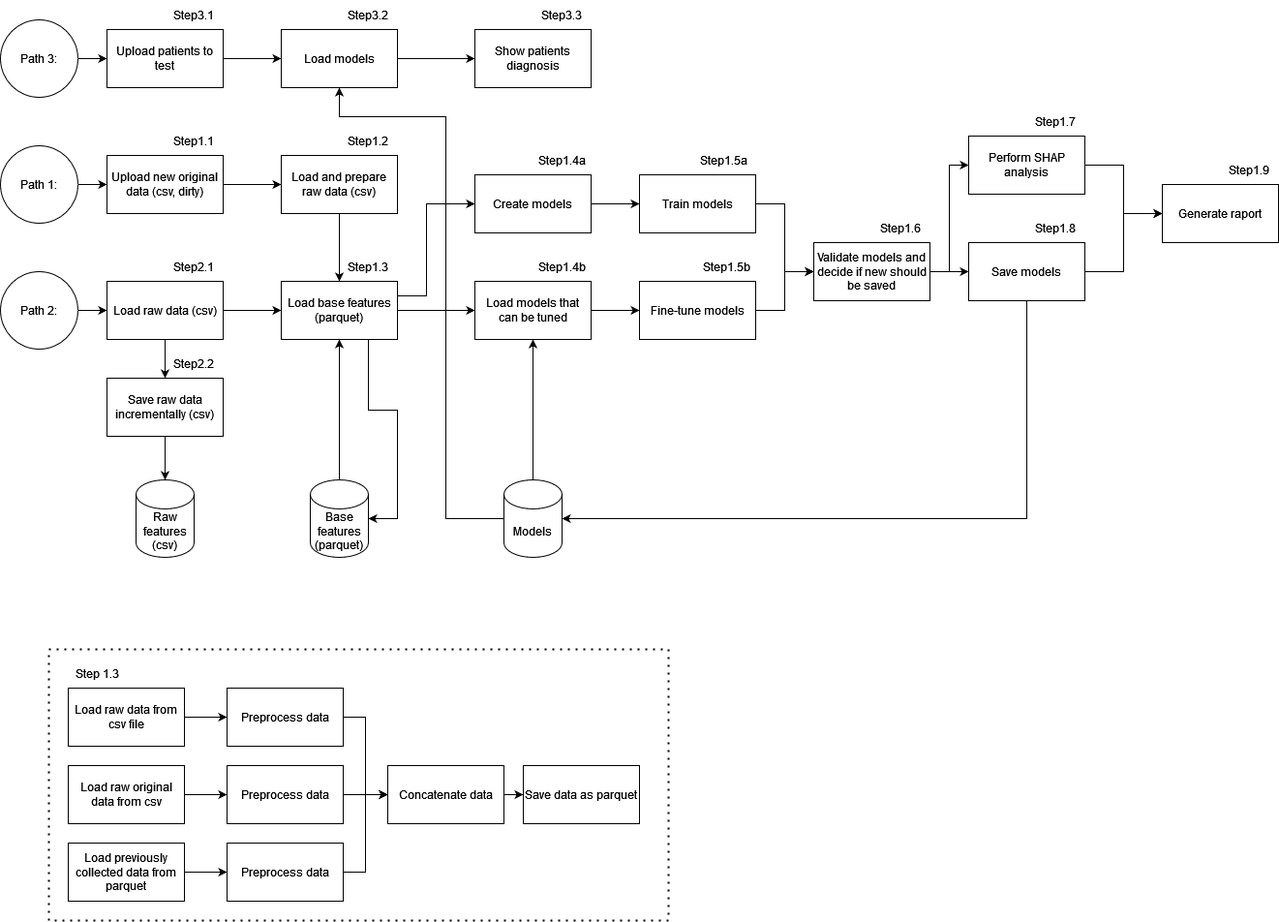
Above: references/NAFLD-system.png in jakubpludowski/nafld_system (draw.io), before the change. Source tidied: cells renumbered, new cells last; positions are measured from the earlier drawing's top-left corner, leaving out a move shared by most shapes.
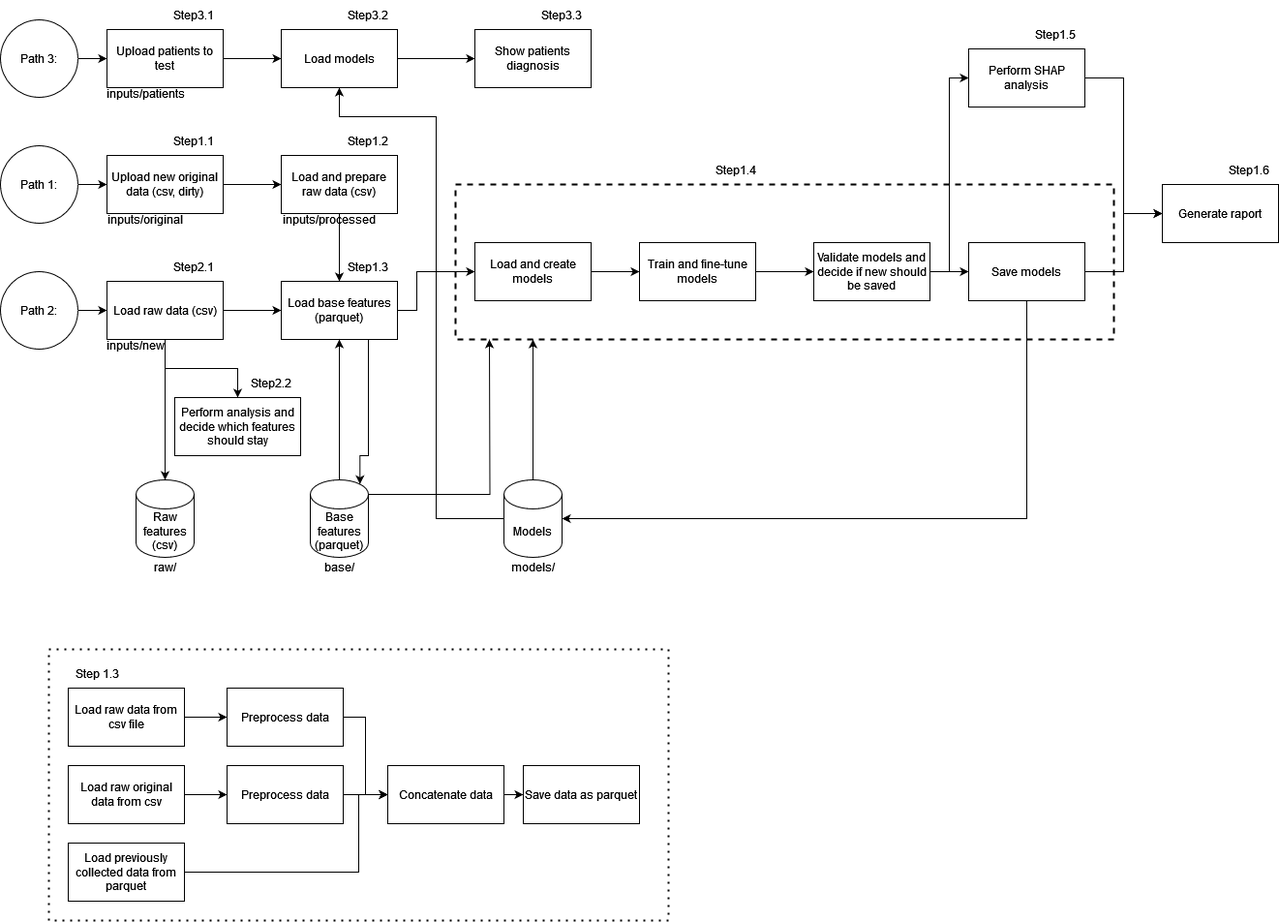
After the change.

What changed in the source:
```diff
@@ -27,16 +27,13 @@
       <mxGeometry x="290" y="160" width="120" height="60" as="geometry" />
     </mxCell>
     <mxCell id="10" style="edgeStyle=orthogonalEdgeStyle;rounded=0;jettySize=auto;html=1;exitX=1;exitY=0.5;exitDx=0;exitDy=0;entryX=0;entryY=0.5;entryDx=0;entryDy=0;" parent="1" edge="1" source="12" target="23">
-      <mxGeometry relative="1" as="geometry" />
+      <mxGeometry relative="1" as="geometry">
+        <Array as="points">
+          <mxPoint x="430" y="320" />
+          <mxPoint x="430" y="280" />
+        </Array>
+      </mxGeometry>
     </mxCell>
-    <mxCell id="11" style="edgeStyle=orthogonalEdgeStyle;rounded=0;jettySize=auto;html=1;exitX=1;exitY=0.25;exitDx=0;exitDy=0;entryX=0;entryY=0.5;entryDx=0;entryDy=0;" parent="1" edge="1" source="12" target="21">
-      <mxGeometry relative="1" as="geometry">
-        <Array as="points">
-          <mxPoint x="440" y="305" />
-          <mxPoint x="440" y="210" />
-        </Array>
-      </mxGeometry>
-    </mxCell>
     <mxCell id="12" value="Load base features (parquet)" style="rounded=0;whiteSpace=wrap;html=1;" parent="1" vertex="1">
       <mxGeometry x="290" y="290" width="120" height="60" as="geometry" />
     </mxCell>
@@ -46,8 +43,10 @@
     <mxCell id="14" value="Base features (parquet)" style="shape=cylinder3;whiteSpace=wrap;html=1;boundedLbl=1;backgroundOutline=1;size=15;" parent="1" vertex="1">
       <mxGeometry x="320" y="495" width="60" height="80" as="geometry" />
     </mxCell>
-    <mxCell id="15" style="edgeStyle=orthogonalEdgeStyle;rounded=0;jettySize=auto;html=1;exitX=0.5;exitY=0;exitDx=0;exitDy=0;exitPerimeter=0;entryX=0.5;entryY=1;entryDx=0;entryDy=0;" parent="1" edge="1" source="16" target="23">
-      <mxGeometry relative="1" as="geometry" />
+    <mxCell id="15" style="edgeStyle=orthogonalEdgeStyle;rounded=0;jettySize=auto;html=1;exitX=0.5;exitY=0;exitDx=0;exitDy=0;exitPerimeter=0;" parent="1" edge="1" source="16">
+      <mxGeometry relative="1" as="geometry">
+        <mxPoint x="550" y="350" as="targetPoint" />
+      </mxGeometry>
     </mxCell>
     <mxCell id="16" value="Models" style="shape=cylinder3;whiteSpace=wrap;html=1;boundedLbl=1;backgroundOutline=1;size=15;" parent="1" vertex="1">
       <mxGeometry x="520" y="495" width="60" height="80" as="geometry" />
@@ -61,29 +60,17 @@
     <mxCell id="19" value="Load raw data (csv)" style="rounded=0;whiteSpace=wrap;html=1;" parent="1" vertex="1">
       <mxGeometry x="110" y="290" width="120" height="60" as="geometry" />
     </mxCell>
-    <mxCell id="20" style="edgeStyle=orthogonalEdgeStyle;rounded=0;jettySize=auto;html=1;exitX=1;exitY=0.5;exitDx=0;exitDy=0;entryX=0;entryY=0.5;entryDx=0;entryDy=0;" parent="1" edge="1" source="21" target="25">
-      <mxGeometry relative="1" as="geometry" />
-    </mxCell>
-    <mxCell id="21" value="Create models" style="rounded=0;whiteSpace=wrap;html=1;" parent="1" vertex="1">
-      <mxGeometry x="490" y="180" width="120" height="60" as="geometry" />
-    </mxCell>
     <mxCell id="22" style="edgeStyle=orthogonalEdgeStyle;rounded=0;jettySize=auto;html=1;exitX=1;exitY=0.5;exitDx=0;exitDy=0;entryX=0;entryY=0.5;entryDx=0;entryDy=0;" parent="1" edge="1" source="23" target="27">
       <mxGeometry relative="1" as="geometry" />
     </mxCell>
-    <mxCell id="23" value="Load models that can be tuned" style="rounded=0;whiteSpace=wrap;html=1;" parent="1" vertex="1">
-      <mxGeometry x="490" y="290" width="120" height="60" as="geometry" />
+    <mxCell id="23" value="Load and create models" style="rounded=0;whiteSpace=wrap;html=1;" parent="1" vertex="1">
+      <mxGeometry x="490" y="250" width="120" height="60" as="geometry" />
     </mxCell>
-    <mxCell id="24" style="edgeStyle=orthogonalEdgeStyle;rounded=0;jettySize=auto;html=1;exitX=1;exitY=0.5;exitDx=0;exitDy=0;entryX=0;entryY=0.5;entryDx=0;entryDy=0;" parent="1" edge="1" source="25" target="30">
-      <mxGeometry relative="1" as="geometry" />
-    </mxCell>
-    <mxCell id="25" value="Train models" style="rounded=0;whiteSpace=wrap;html=1;" parent="1" vertex="1">
-      <mxGeometry x="660" y="180" width="120" height="60" as="geometry" />
-    </mxCell>
     <mxCell id="26" style="edgeStyle=orthogonalEdgeStyle;rounded=0;jettySize=auto;html=1;exitX=1;exitY=0.5;exitDx=0;exitDy=0;entryX=0;entryY=0.5;entryDx=0;entryDy=0;" parent="1" edge="1" source="27" target="30">
       <mxGeometry relative="1" as="geometry" />
     </mxCell>
-    <mxCell id="27" value="Fine-tune models" style="rounded=0;whiteSpace=wrap;html=1;" parent="1" vertex="1">
-      <mxGeometry x="660" y="290" width="120" height="60" as="geometry" />
+    <mxCell id="27" value="Train and fine-tune models" style="rounded=0;whiteSpace=wrap;html=1;" parent="1" vertex="1">
+      <mxGeometry x="660" y="250" width="120" height="60" as="geometry" />
     </mxCell>
     <mxCell id="28" style="edgeStyle=orthogonalEdgeStyle;rounded=0;jettySize=auto;html=1;exitX=1;exitY=0.5;exitDx=0;exitDy=0;entryX=0;entryY=0.5;entryDx=0;entryDy=0;" parent="1" edge="1" source="30" target="33">
       <mxGeometry relative="1" as="geometry" />
@@ -94,12 +81,11 @@
     <mxCell id="30" value="Validate models and decide if new should be saved" style="rounded=0;whiteSpace=wrap;html=1;" parent="1" vertex="1">
       <mxGeometry x="840" y="250" width="120" height="60" as="geometry" />
     </mxCell>
-    <mxCell id="31" style="edgeStyle=orthogonalEdgeStyle;rounded=0;jettySize=auto;html=1;exitX=0.75;exitY=1;exitDx=0;exitDy=0;entryX=1;entryY=0.5;entryDx=0;entryDy=0;entryPerimeter=0;" parent="1" edge="1" source="12" target="14">
+    <mxCell id="31" style="edgeStyle=orthogonalEdgeStyle;rounded=0;jettySize=auto;html=1;exitX=0.75;exitY=1;exitDx=0;exitDy=0;entryX=0.855;entryY=0;entryDx=0;entryDy=4.35;entryPerimeter=0;" parent="1" edge="1" source="12" target="14">
       <mxGeometry relative="1" as="geometry">
         <Array as="points">
-          <mxPoint x="380" y="423" />
-          <mxPoint x="410" y="423" />
-          <mxPoint x="410" y="535" />
+          <mxPoint x="380" y="470" />
+          <mxPoint x="371" y="470" />
         </Array>
       </mxGeometry>
     </mxCell>
@@ -116,7 +102,7 @@
       <mxGeometry relative="1" as="geometry" />
     </mxCell>
     <mxCell id="36" value="Perform SHAP analysis" style="rounded=0;whiteSpace=wrap;html=1;" parent="1" vertex="1">
-      <mxGeometry x="1000" y="140" width="120" height="60" as="geometry" />
+      <mxGeometry x="1000" y="50" width="120" height="60" as="geometry" />
     </mxCell>
     <mxCell id="37" value="Generate raport " style="rounded=0;whiteSpace=wrap;html=1;" parent="1" vertex="1">
       <mxGeometry x="1200" y="190" width="120" height="60" as="geometry" />
@@ -148,8 +134,8 @@
     <mxCell id="46" style="edgeStyle=orthogonalEdgeStyle;rounded=0;jettySize=auto;html=1;exitX=0;exitY=0.5;exitDx=0;exitDy=0;exitPerimeter=0;entryX=0.5;entryY=1;entryDx=0;entryDy=0;" parent="1" edge="1" source="16" target="43">
       <mxGeometry relative="1" as="geometry">
         <Array as="points">
-          <mxPoint x="460" y="535" />
-          <mxPoint x="460" y="120" />
+          <mxPoint x="450" y="535" />
+          <mxPoint x="450" y="120" />
           <mxPoint x="350" y="120" />
         </Array>
       </mxGeometry>
@@ -172,28 +158,13 @@
     <mxCell id="52" value="Step3.3" style="text;html=1;align=center;verticalAlign=middle;whiteSpace=wrap;rounded=0;" parent="1" vertex="1">
       <mxGeometry x="550" width="60" height="30" as="geometry" />
     </mxCell>
-    <mxCell id="53" value="Step1.4b" style="text;html=1;align=center;verticalAlign=middle;whiteSpace=wrap;rounded=0;" parent="1" vertex="1">
-      <mxGeometry x="550" y="260" width="60" height="30" as="geometry" />
+    <mxCell id="53" value="Step1.4" style="text;html=1;align=center;verticalAlign=middle;whiteSpace=wrap;rounded=0;" parent="1" vertex="1">
+      <mxGeometry x="730" y="160" width="60" height="30" as="geometry" />
     </mxCell>
-    <mxCell id="54" value="Step1.4a" style="text;html=1;align=center;verticalAlign=middle;whiteSpace=wrap;rounded=0;" parent="1" vertex="1">
-      <mxGeometry x="550" y="150" width="60" height="30" as="geometry" />
-    </mxCell>
-    <mxCell id="55" value="Step1.5a" style="text;html=1;align=center;verticalAlign=middle;whiteSpace=wrap;rounded=0;" parent="1" vertex="1">
-      <mxGeometry x="717" y="150" width="60" height="30" as="geometry" />
-    </mxCell>
-    <mxCell id="56" value="Step1.5b" style="text;html=1;align=center;verticalAlign=middle;whiteSpace=wrap;rounded=0;" parent="1" vertex="1">
-      <mxGeometry x="720" y="260" width="60" height="30" as="geometry" />
-    </mxCell>
-    <mxCell id="57" value="Step1.6" style="text;html=1;align=center;verticalAlign=middle;whiteSpace=wrap;rounded=0;" parent="1" vertex="1">
-      <mxGeometry x="900" y="220" width="60" height="30" as="geometry" />
-    </mxCell>
-    <mxCell id="58" value="Step1.7" style="text;html=1;align=center;verticalAlign=middle;whiteSpace=wrap;rounded=0;" parent="1" vertex="1">
-      <mxGeometry x="1060" y="110" width="60" height="30" as="geometry" />
+    <mxCell id="58" value="Step1.5" style="text;html=1;align=center;verticalAlign=middle;whiteSpace=wrap;rounded=0;" parent="1" vertex="1">
+      <mxGeometry x="1060" y="20" width="60" height="30" as="geometry" />
     </mxCell>
-    <mxCell id="59" value="Step1.8" style="text;html=1;align=center;verticalAlign=middle;whiteSpace=wrap;rounded=0;" parent="1" vertex="1">
-      <mxGeometry x="1060" y="220" width="60" height="30" as="geometry" />
-    </mxCell>
-    <mxCell id="60" value="Step1.9" style="text;html=1;align=center;verticalAlign=middle;whiteSpace=wrap;rounded=0;" parent="1" vertex="1">
+    <mxCell id="60" value="Step1.6" style="text;html=1;align=center;verticalAlign=middle;whiteSpace=wrap;rounded=0;" parent="1" vertex="1">
       <mxGeometry x="1260" y="160" width="60" height="30" as="geometry" />
     </mxCell>
     <mxCell id="61" style="edgeStyle=orthogonalEdgeStyle;rounded=0;jettySize=auto;html=1;exitX=1;exitY=0.5;exitDx=0;exitDy=0;entryX=0;entryY=0.5;entryDx=0;entryDy=0;" parent="1" edge="1" source="62" target="69">
@@ -211,9 +182,6 @@
     <mxCell id="65" value="Load raw original data from csv" style="rounded=0;whiteSpace=wrap;html=1;" parent="1" vertex="1">
       <mxGeometry x="70" y="790" width="120" height="60" as="geometry" />
     </mxCell>
-    <mxCell id="66" style="edgeStyle=orthogonalEdgeStyle;rounded=0;jettySize=auto;html=1;exitX=1;exitY=0.5;exitDx=0;exitDy=0;entryX=0;entryY=0.5;entryDx=0;entryDy=0;" parent="1" edge="1" source="67" target="73">
-      <mxGeometry relative="1" as="geometry" />
-    </mxCell>
     <mxCell id="67" value="Load previously collected data from parquet" style="rounded=0;whiteSpace=wrap;html=1;" parent="1" vertex="1">
       <mxGeometry x="70" y="870" width="120" height="60" as="geometry" />
     </mxCell>
@@ -229,12 +197,14 @@
     <mxCell id="71" value="Preprocess data" style="rounded=0;whiteSpace=wrap;html=1;" parent="1" vertex="1">
       <mxGeometry x="234" y="790" width="120" height="60" as="geometry" />
     </mxCell>
-    <mxCell id="72" style="edgeStyle=orthogonalEdgeStyle;rounded=0;jettySize=auto;html=1;exitX=1;exitY=0.5;exitDx=0;exitDy=0;entryX=0;entryY=0.5;entryDx=0;entryDy=0;" parent="1" edge="1" source="73" target="75">
-      <mxGeometry relative="1" as="geometry" />
+    <mxCell id="72" style="edgeStyle=orthogonalEdgeStyle;rounded=0;jettySize=auto;html=1;exitX=1;exitY=0.5;exitDx=0;exitDy=0;entryX=0;entryY=0.5;entryDx=0;entryDy=0;" parent="1" edge="1" source="67" target="75">
+      <mxGeometry relative="1" as="geometry">
+        <Array as="points">
+          <mxPoint x="370" y="900" />
+          <mxPoint x="370" y="820" />
+        </Array>
+      </mxGeometry>
     </mxCell>
-    <mxCell id="73" value="Preprocess data" style="rounded=0;whiteSpace=wrap;html=1;" parent="1" vertex="1">
-      <mxGeometry x="234" y="870" width="120" height="60" as="geometry" />
-    </mxCell>
     <mxCell id="74" style="edgeStyle=orthogonalEdgeStyle;rounded=0;jettySize=auto;html=1;exitX=1;exitY=0.5;exitDx=0;exitDy=0;entryX=0;entryY=0.5;entryDx=0;entryDy=0;" parent="1" edge="1" source="75" target="76">
       <mxGeometry relative="1" as="geometry" />
     </mxCell>
@@ -255,17 +225,54 @@
         </Array>
       </mxGeometry>
     </mxCell>
-    <mxCell id="78" value="Save raw data incrementally (csv)" style="rounded=0;whiteSpace=wrap;html=1;" parent="1" vertex="1">
-      <mxGeometry x="110" y="390" width="120" height="60" as="geometry" />
+    <mxCell id="78" value="Perform analysis and decide which features should stay" style="rounded=0;whiteSpace=wrap;html=1;" parent="1" vertex="1">
+      <mxGeometry x="180" y="410" width="130" height="60" as="geometry" />
     </mxCell>
     <mxCell id="79" value="Step2.2" style="text;html=1;align=center;verticalAlign=middle;whiteSpace=wrap;rounded=0;" parent="1" vertex="1">
-      <mxGeometry x="170" y="360" width="60" height="30" as="geometry" />
+      <mxGeometry x="250" y="380" width="60" height="30" as="geometry" />
     </mxCell>
     <mxCell id="80" value="Raw features (csv)" style="shape=cylinder3;whiteSpace=wrap;html=1;boundedLbl=1;backgroundOutline=1;size=15;" parent="1" vertex="1">
       <mxGeometry x="140" y="495" width="60" height="80" as="geometry" />
     </mxCell>
-    <mxCell id="81" style="edgeStyle=orthogonalEdgeStyle;rounded=0;jettySize=auto;html=1;exitX=0.5;exitY=1;exitDx=0;exitDy=0;entryX=0.5;entryY=0;entryDx=0;entryDy=0;entryPerimeter=0;" parent="1" edge="1" source="78" target="80">
+    <mxCell id="81" style="edgeStyle=orthogonalEdgeStyle;rounded=0;jettySize=auto;html=1;exitX=0.5;exitY=1;exitDx=0;exitDy=0;entryX=0.5;entryY=0;entryDx=0;entryDy=0;entryPerimeter=0;" parent="1" edge="1" source="19" target="80">
       <mxGeometry relative="1" as="geometry" />
     </mxCell>
+    <mxCell id="82" value="inputs/processed" style="text;html=1;align=center;verticalAlign=middle;whiteSpace=wrap;rounded=0;" parent="1" vertex="1">
+      <mxGeometry x="310" y="211" width="60" height="30" as="geometry" />
+    </mxCell>
+    <mxCell id="83" value="inputs/new" style="text;html=1;align=center;verticalAlign=middle;whiteSpace=wrap;rounded=0;" parent="1" vertex="1">
+      <mxGeometry x="110" y="341" width="60" height="30" as="geometry" />
+    </mxCell>
+    <mxCell id="84" value="inputs/original" style="text;html=1;align=center;verticalAlign=middle;whiteSpace=wrap;rounded=0;" parent="1" vertex="1">
+      <mxGeometry x="120" y="211" width="60" height="30" as="geometry" />
+    </mxCell>
+    <mxCell id="85" value="inputs/patients" style="text;html=1;align=center;verticalAlign=middle;whiteSpace=wrap;rounded=0;" parent="1" vertex="1">
+      <mxGeometry x="120" y="81" width="60" height="30" as="geometry" />
+    </mxCell>
+    <mxCell id="86" value="raw/" style="text;html=1;align=center;verticalAlign=middle;whiteSpace=wrap;rounded=0;" parent="1" vertex="1">
+      <mxGeometry x="140" y="570" width="60" height="30" as="geometry" />
+    </mxCell>
+    <mxCell id="87" value="base/" style="text;html=1;align=center;verticalAlign=middle;whiteSpace=wrap;rounded=0;" parent="1" vertex="1">
+      <mxGeometry x="320" y="570" width="60" height="30" as="geometry" />
+    </mxCell>
+    <mxCell id="88" value="models/" style="text;html=1;align=center;verticalAlign=middle;whiteSpace=wrap;rounded=0;" parent="1" vertex="1">
+      <mxGeometry x="520" y="570" width="60" height="30" as="geometry" />
+    </mxCell>
+    <mxCell id="89" style="endArrow=none;dashed=1;html=1;rounded=0;strokeWidth=2;" parent="1" edge="1">
+      <mxGeometry relative="1" as="geometry">
+        <mxPoint x="1150" y="350" as="sourcePoint" />
+        <mxPoint x="1150" y="350" as="targetPoint" />
+        <Array as="points">
+          <mxPoint x="470" y="350" />
+          <mxPoint x="470" y="190" />
+          <mxPoint x="1150" y="190" />
+        </Array>
+      </mxGeometry>
+    </mxCell>
+    <mxCell id="90" style="edgeStyle=orthogonalEdgeStyle;rounded=0;jettySize=auto;html=1;exitX=1;exitY=0;exitDx=0;exitDy=15;exitPerimeter=0;" parent="1" edge="1" source="14">
+      <mxGeometry relative="1" as="geometry">
+        <mxPoint x="505" y="350" as="targetPoint" />
+      </mxGeometry>
+    </mxCell>
   </root>
 </mxGraphModel>
```
